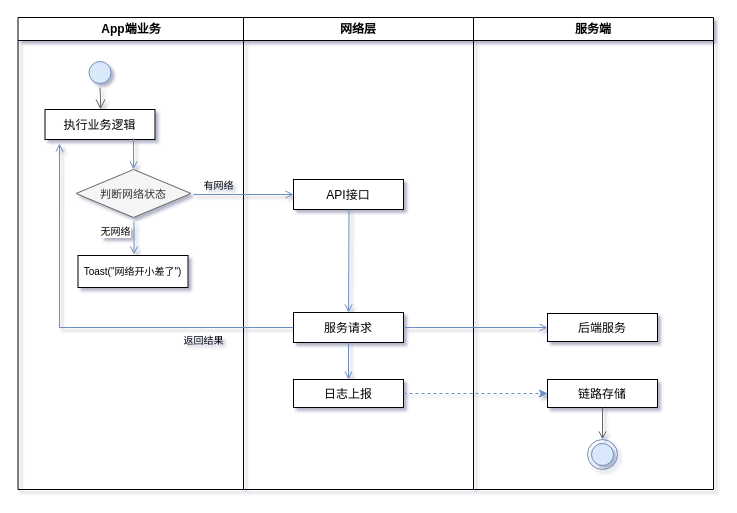
Before: 网络开小差了.drawio in Arthurcsh/Draw.io, a draw.io diagram. Source tidied: cells renumbered, new cells numbered last; positions are measured from the earlier drawing's top-left corner, leaving out a move shared by most shapes. Both pictures are drawn from the tidied source at 100%, with x=0, y=0 at pixel (17, 17).
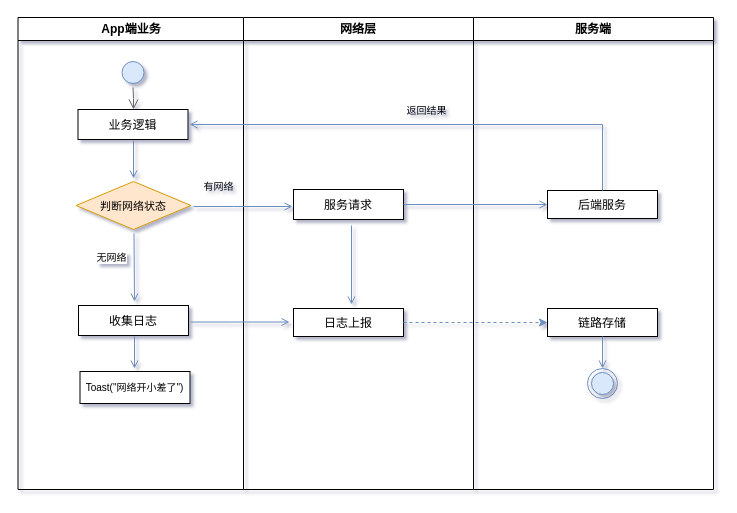
After the change.

Commit message:
Update 网络开小差了.drawio

Unchanged cells that the change refers to:
```xml
<mxCell id="2" value="App端业务" style="swimlane;whiteSpace=wrap;" parent="1" vertex="1">
  <mxGeometry x="0.5" width="225.5" height="472" as="geometry" />
</mxCell>
<mxCell id="17" value="服务端" style="swimlane;whiteSpace=wrap;" parent="1" vertex="1">
  <mxGeometry x="456" width="240" height="472" as="geometry" />
</mxCell>
```

What changed in the source:
```diff
@@
     <mxCell id="3" style="ellipse;shape=startState;fillColor=#dae8fc;strokeColor=#6c8ebf;" parent="2" vertex="1">
-      <mxGeometry x="67" y="40" width="30" height="30" as="geometry" />
+      <mxGeometry x="100" y="40" width="30" height="30" as="geometry" />
     </mxCell>
     <mxCell id="4" style="edgeStyle=elbowEdgeStyle;elbow=horizontal;verticalAlign=bottom;endArrow=open;endSize=8;strokeColor=#666666;endFill=1;rounded=0;fillColor=#f5f5f5;" parent="2" edge="1" source="3" target="5">
-      <mxGeometry x="67" y="40" as="geometry" />
+      <mxGeometry x="100" y="40" as="geometry" />
     </mxCell>
-    <mxCell id="5" value="执行业务逻辑" parent="2" vertex="1">
-      <mxGeometry x="27" y="92" width="110" height="30" as="geometry" />
+    <mxCell id="5" value="业务逻辑" parent="2" vertex="1">
+      <mxGeometry x="60" y="92" width="110" height="30" as="geometry" />
     </mxCell>
     <mxCell id="6" value="Toast(&quot;网络开小差了&quot;)" style="fontSize=10;" parent="2" vertex="1">
-      <mxGeometry x="60" y="238" width="110" height="32" as="geometry" />
+      <mxGeometry x="62" y="354" width="110" height="32" as="geometry" />
     </mxCell>
     <mxCell id="7" style="endArrow=open;strokeColor=#6c8ebf;endFill=1;rounded=0;fillColor=#dae8fc;" parent="2" edge="1">
       <mxGeometry relative="1" as="geometry">
-        <mxPoint x="115.5" y="121" as="sourcePoint" />
-        <mxPoint x="115.5" y="152" as="targetPoint" />
+        <mxPoint x="115.5" y="123" as="sourcePoint" />
+        <mxPoint x="115.5" y="161" as="targetPoint" />
       </mxGeometry>
     </mxCell>
-    <mxCell id="8" value="判断网络状态" style="rhombus;fillColor=#f5f5f5;strokeColor=#666666;fontColor=#333333;fontSize=11;" parent="2" vertex="1">
-      <mxGeometry x="58" y="152" width="115" height="48" as="geometry" />
+    <mxCell id="8" value="判断网络状态" style="rhombus;fillColor=#ffe6cc;strokeColor=#d79b00;fontSize=11;" parent="2" vertex="1">
+      <mxGeometry x="58" y="164" width="115" height="48" as="geometry" />
     </mxCell>
     <mxCell id="9" value="有网络" style="text;html=1;align=center;verticalAlign=middle;fontSize=10;" parent="2" vertex="1">
-      <mxGeometry x="175.5" y="158" width="50" height="20" as="geometry" />
+      <mxGeometry x="175.5" y="159" width="50" height="20" as="geometry" />
     </mxCell>
+    <mxCell id="12" value="收集日志" parent="2" vertex="1">
+      <mxGeometry x="60.5" y="288" width="110" height="30" as="geometry" />
+    </mxCell>
+    <mxCell id="28" style="endArrow=open;strokeColor=#6c8ebf;endFill=1;rounded=0;fillColor=#dae8fc;" parent="2" edge="1">
+      <mxGeometry relative="1" as="geometry">
+        <mxPoint x="116.5" y="319" as="sourcePoint" />
+        <mxPoint x="116.5" y="351" as="targetPoint" />
+      </mxGeometry>
+    </mxCell>
+    <mxCell id="11" value="网络层" style="swimlane;whiteSpace=wrap;" parent="1" vertex="1">
+      <mxGeometry x="226" width="230" height="472" as="geometry" />
+    </mxCell>
+    <mxCell id="13" value="服务请求" parent="11" vertex="1">
+      <mxGeometry x="50" y="172" width="110" height="30" as="geometry" />
+    </mxCell>
+    <mxCell id="15" value="日志上报" parent="11" vertex="1">
+      <mxGeometry x="50" y="291" width="110" height="28" as="geometry" />
+    </mxCell>
-    <mxCell id="10" value="返回结果" style="text;html=1;align=center;verticalAlign=middle;fontSize=10;" parent="2" vertex="1">
-      <mxGeometry x="155.5" y="313" width="60" height="20" as="geometry" />
+    <mxCell id="10" value="返回结果" style="text;html=1;align=center;verticalAlign=middle;fontSize=10;" parent="11" vertex="1">
+      <mxGeometry x="153" y="83" width="60" height="20" as="geometry" />
     </mxCell>
-    <mxCell id="11" value="网络层" style="swimlane;whiteSpace=wrap;" parent="1" vertex="1">
-      <mxGeometry x="226" width="230" height="472" as="geometry" />
-    </mxCell>
-    <mxCell id="12" value="API接口" parent="11" vertex="1">
-      <mxGeometry x="50" y="162" width="110" height="30" as="geometry" />
-    </mxCell>
-    <mxCell id="13" value="服务请求" parent="11" vertex="1">
-      <mxGeometry x="50" y="295" width="110" height="30" as="geometry" />
-    </mxCell>
-    <mxCell id="14" style="endArrow=open;strokeColor=#6c8ebf;endFill=1;rounded=0;fillColor=#dae8fc;" parent="11" edge="1" target="13">
-      <mxGeometry relative="1" as="geometry">
-        <mxPoint x="105.5" y="192" as="sourcePoint" />
-      </mxGeometry>
-    </mxCell>
-    <mxCell id="15" value="日志上报" parent="11" vertex="1">
-      <mxGeometry x="50" y="362" width="110" height="28" as="geometry" />
-    </mxCell>
-    <mxCell id="16" style="endArrow=open;strokeColor=#6c8ebf;endFill=1;rounded=0;fillColor=#dae8fc;" parent="11" edge="1" source="13" target="15">
-      <mxGeometry relative="1" as="geometry" />
+    <mxCell id="16" style="endArrow=open;strokeColor=#6c8ebf;endFill=1;rounded=0;fillColor=#dae8fc;" parent="11" edge="1">
+      <mxGeometry relative="1" as="geometry">
+        <mxPoint x="108" y="208" as="sourcePoint" />
+        <mxPoint x="108" y="287" as="targetPoint" />
+      </mxGeometry>
     </mxCell>
+    <mxCell id="29" style="edgeStyle=elbowEdgeStyle;elbow=horizontal;strokeColor=#6c8ebf;endArrow=open;endFill=1;rounded=0;fillColor=#dae8fc;" parent="11" edge="1">
+      <mxGeometry relative="1" as="geometry">
+        <mxPoint x="-53" y="304.5" as="sourcePoint" />
+        <mxPoint x="46" y="304.5" as="targetPoint" />
+        <Array as="points">
+          <mxPoint x="-13" y="309.5" />
+          <mxPoint x="47.5" y="269.5" />
+          <mxPoint x="-198.5" y="377.5" />
+        </Array>
+      </mxGeometry>
+    </mxCell>
@@
     <mxCell id="18" value="链路存储" parent="17" vertex="1">
-      <mxGeometry x="74" y="362" width="110" height="28" as="geometry" />
+      <mxGeometry x="74" y="291" width="110" height="28" as="geometry" />
     </mxCell>
     <mxCell id="19" style="ellipse;shape=endState;fillColor=#dae8fc;strokeColor=#6c8ebf;" parent="17" vertex="1">
-      <mxGeometry x="114" y="422" width="30" height="30" as="geometry" />
+      <mxGeometry x="114" y="351" width="30" height="30" as="geometry" />
     </mxCell>
-    <mxCell id="20" style="endArrow=open;strokeColor=#666666;endFill=1;rounded=0;fillColor=#f5f5f5;" parent="17" edge="1" source="18" target="19">
+    <mxCell id="20" style="endArrow=open;strokeColor=#6c8ebf;endFill=1;rounded=0;fillColor=#dae8fc;" parent="17" edge="1" source="18" target="19">
       <mxGeometry relative="1" as="geometry" />
     </mxCell>
     <mxCell id="21" value="后端服务" parent="17" vertex="1">
-      <mxGeometry x="74" y="296" width="110" height="28" as="geometry" />
+      <mxGeometry x="74" y="173" width="110" height="28" as="geometry" />
     </mxCell>
-    <mxCell id="22" style="edgeStyle=elbowEdgeStyle;elbow=horizontal;strokeColor=#6c8ebf;endArrow=open;endFill=1;rounded=0;entryX=0;entryY=0.5;entryDx=0;entryDy=0;fillColor=#dae8fc;" parent="17" edge="1" target="21">
-      <mxGeometry relative="1" as="geometry">
-        <mxPoint x="-70" y="310" as="sourcePoint" />
-        <Array as="points">
-          <mxPoint x="-60" y="312" />
-          <mxPoint x="-30" y="314.5" />
-          <mxPoint x="30.5" y="274.5" />
-          <mxPoint x="-215.5" y="382.5" />
-        </Array>
-      </mxGeometry>
-    </mxCell>
     <mxCell id="23" style="endArrow=open;strokeColor=#6c8ebf;endFill=1;rounded=0;fillColor=#dae8fc;" parent="1" edge="1">
       <mxGeometry relative="1" as="geometry">
-        <mxPoint x="116.5" y="204" as="sourcePoint" />
-        <mxPoint x="116.5" y="237" as="targetPoint" />
+        <mxPoint x="116.5" y="216" as="sourcePoint" />
+        <mxPoint x="117" y="284" as="targetPoint" />
       </mxGeometry>
     </mxCell>
     <mxCell id="24" value="无网络" style="text;html=1;align=center;verticalAlign=middle;labelBackgroundColor=#ffffff;fontSize=10;" parent="23" vertex="1">
       <mxGeometry x="-0.09" y="2" relative="1" as="geometry">
-        <mxPoint x="-21" y="-6" as="offset" />
+        <mxPoint x="-25.7" y="-7" as="offset" />
       </mxGeometry>
     </mxCell>
-    <mxCell id="25" style="edgeStyle=elbowEdgeStyle;elbow=horizontal;strokeColor=#6c8ebf;endArrow=open;endFill=1;rounded=0;entryX=0;entryY=0.5;entryDx=0;entryDy=0;fillColor=#dae8fc;" parent="1" edge="1" target="12">
+    <mxCell id="25" style="edgeStyle=elbowEdgeStyle;elbow=horizontal;strokeColor=#6c8ebf;endArrow=open;endFill=1;rounded=0;fillColor=#dae8fc;" parent="1" edge="1">
       <mxGeometry relative="1" as="geometry">
-        <mxPoint x="176" y="177" as="sourcePoint" />
+        <mxPoint x="176" y="189" as="sourcePoint" />
+        <mxPoint x="275" y="189" as="targetPoint" />
         <Array as="points">
-          <mxPoint x="216" y="182" />
-          <mxPoint x="276.5" y="142" />
-          <mxPoint x="30.5" y="250" />
+          <mxPoint x="216" y="194" />
+          <mxPoint x="276.5" y="154" />
+          <mxPoint x="30.5" y="262" />
         </Array>
       </mxGeometry>
     </mxCell>
@@
-    <mxCell id="27" style="endArrow=open;strokeColor=#6c8ebf;endFill=1;rounded=0;entryX=0.132;entryY=1.133;entryDx=0;entryDy=0;entryPerimeter=0;fillColor=#dae8fc;exitX=0;exitY=0.5;exitDx=0;exitDy=0;" parent="1" edge="1" source="13" target="5">
+    <mxCell id="27" style="endArrow=open;strokeColor=#6c8ebf;endFill=1;rounded=0;fillColor=#dae8fc;exitX=0.5;exitY=0;exitDx=0;exitDy=0;" parent="1" edge="1" source="21">
       <mxGeometry relative="1" as="geometry">
+        <mxPoint x="172" y="107" as="targetPoint" />
         <Array as="points">
-          <mxPoint x="42" y="310" />
+          <mxPoint x="585" y="107" />
         </Array>
       </mxGeometry>
     </mxCell>
+    <mxCell id="22" style="edgeStyle=elbowEdgeStyle;elbow=horizontal;strokeColor=#6c8ebf;endArrow=open;endFill=1;rounded=0;entryX=0;entryY=0.5;entryDx=0;entryDy=0;fillColor=#dae8fc;exitX=1;exitY=0.5;exitDx=0;exitDy=0;" parent="1" edge="1" source="13" target="21">
+      <mxGeometry relative="1" as="geometry">
+        <Array as="points">
+          <mxPoint x="455" y="187" />
+          <mxPoint x="426" y="326.5" />
+          <mxPoint x="486.5" y="286.5" />
+          <mxPoint x="240.5" y="394.5" />
+        </Array>
+      </mxGeometry>
+    </mxCell>
```
